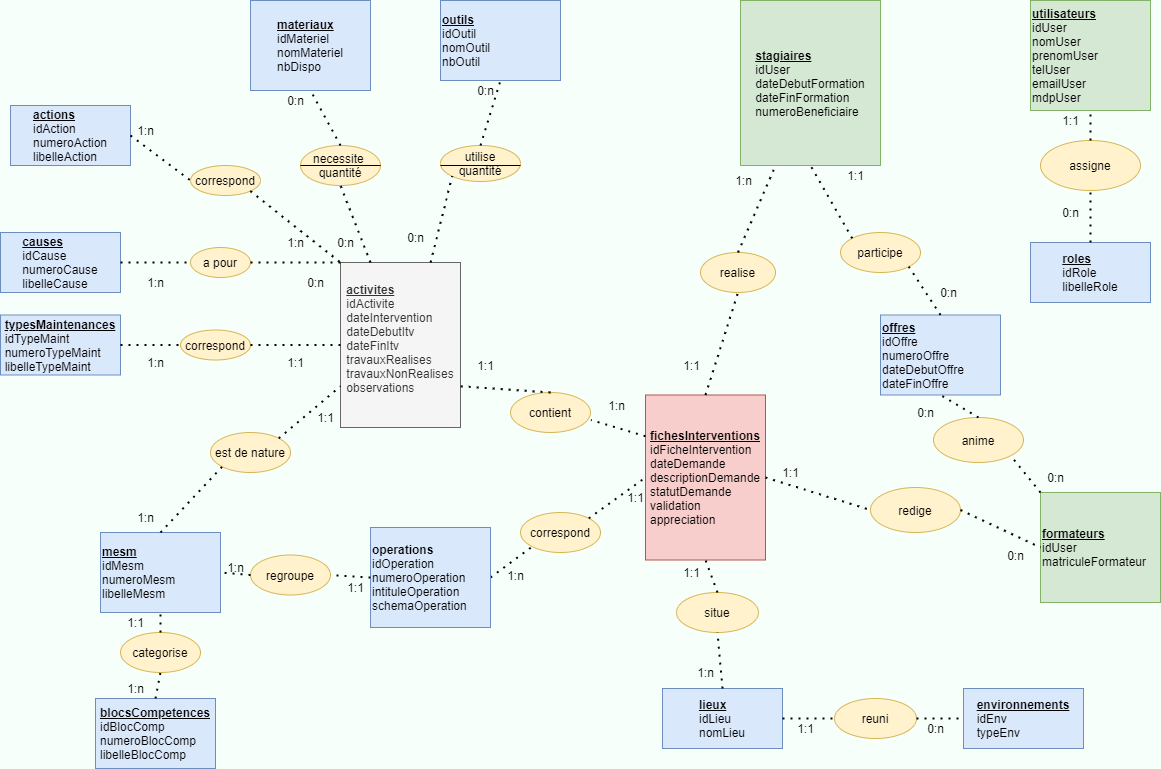
The draw.io diagram DOCS/mcd.png in tancraft/Stage, before a commit. Source tidied: cells renumbered, new cells last; positions are measured from the earlier drawing's top-left corner, leaving out a move shared by most shapes.
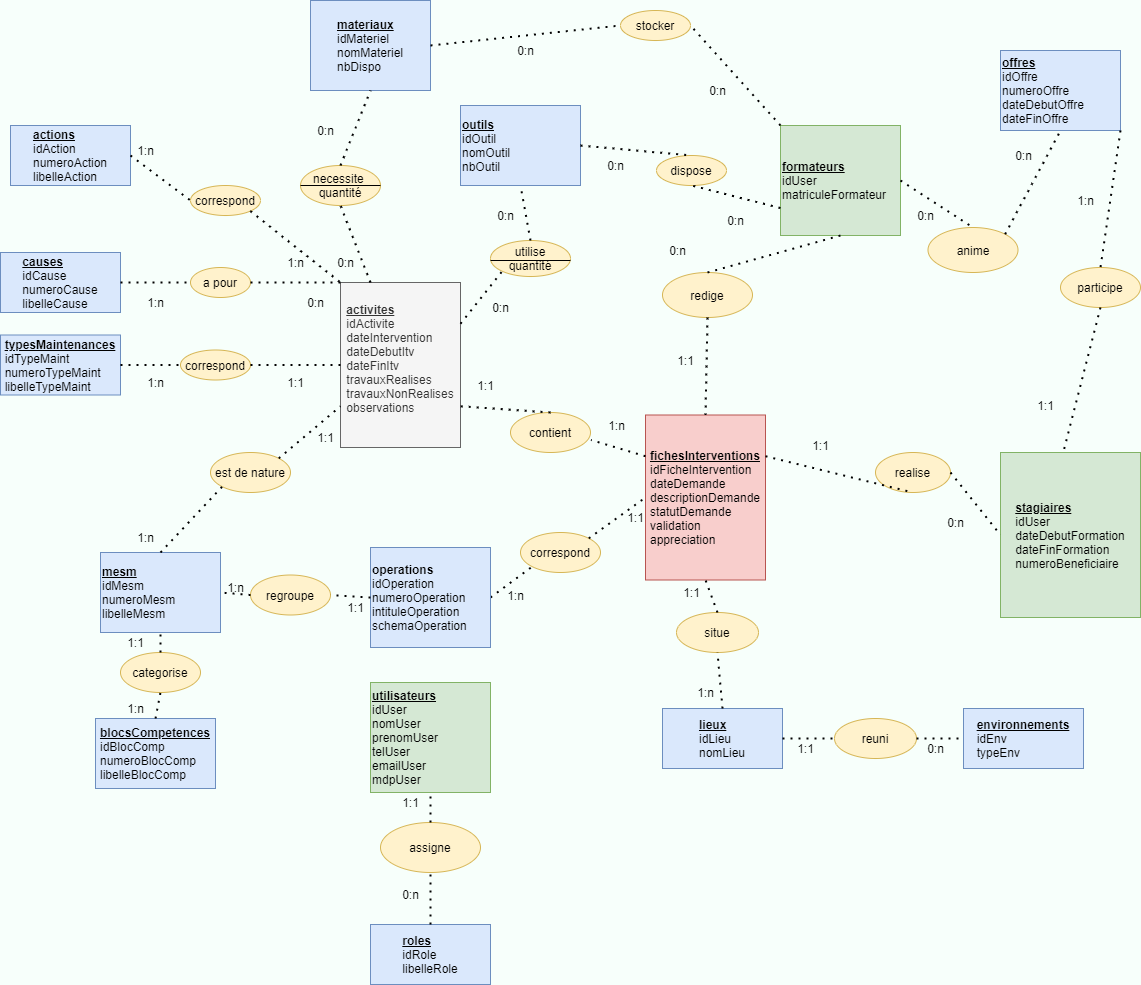
Above is the later version.

What changed in the source:
```diff
@@ -9,7 +9,7 @@
       <mxGeometry x="662" y="688" width="120" height="60" as="geometry" />
     </mxCell>
     <mxCell id="4" value="&lt;u style=&quot;font-weight: bold&quot;&gt;outils&lt;/u&gt;&lt;br&gt;idOutil&lt;br&gt;nomOutil&lt;br&gt;nbOutil" style="rounded=0;whiteSpace=wrap;html=1;align=left;fillColor=#dae8fc;strokeColor=#6c8ebf;" parent="1" vertex="1">
-      <mxGeometry x="440" width="120" height="80" as="geometry" />
+      <mxGeometry x="460" y="85" width="120" height="80" as="geometry" />
     </mxCell>
     <mxCell id="5" value="&lt;div style=&quot;text-align: left&quot;&gt;&lt;b&gt;&lt;u&gt;fichesInterventions&lt;/u&gt;&lt;/b&gt;&lt;/div&gt;&lt;div style=&quot;text-align: left&quot;&gt;&lt;span&gt;idFicheIntervention&lt;/span&gt;&lt;/div&gt;&lt;div style=&quot;text-align: left&quot;&gt;&lt;span&gt;dateDemande&lt;/span&gt;&lt;/div&gt;&lt;div style=&quot;text-align: left&quot;&gt;&lt;span&gt;descriptionDemande&lt;/span&gt;&lt;/div&gt;&lt;div style=&quot;text-align: left&quot;&gt;&lt;span&gt;statutDemande&lt;/span&gt;&lt;/div&gt;&lt;div style=&quot;text-align: left&quot;&gt;&lt;span&gt;validation&lt;/span&gt;&lt;/div&gt;&lt;div style=&quot;text-align: left&quot;&gt;&lt;span&gt;appreciation&lt;/span&gt;&lt;/div&gt;" style="rounded=0;whiteSpace=wrap;html=1;fillColor=#f8cecc;strokeColor=#b85450;" parent="1" vertex="1">
       <mxGeometry x="645" y="394.5" width="120" height="165" as="geometry" />
@@ -18,7 +18,7 @@
       <mxGeometry x="963" y="688" width="120" height="60" as="geometry" />
     </mxCell>
     <mxCell id="7" value="&lt;div style=&quot;text-align: left&quot;&gt;&lt;u style=&quot;font-weight: bold&quot;&gt;materiaux&lt;/u&gt;&lt;/div&gt;&lt;div style=&quot;text-align: left&quot;&gt;&lt;span&gt;idMateriel&lt;/span&gt;&lt;/div&gt;&lt;div style=&quot;text-align: left&quot;&gt;&lt;span&gt;nomMateriel&lt;/span&gt;&lt;/div&gt;&lt;div style=&quot;text-align: left&quot;&gt;&lt;span&gt;nbDispo&lt;/span&gt;&lt;/div&gt;" style="rounded=0;whiteSpace=wrap;html=1;fillColor=#dae8fc;strokeColor=#6c8ebf;" parent="1" vertex="1">
-      <mxGeometry x="250" width="120" height="90" as="geometry" />
+      <mxGeometry x="310" y="-20" width="120" height="90" as="geometry" />
     </mxCell>
     <mxCell id="8" value="&lt;div style=&quot;text-align: left&quot;&gt;&lt;b&gt;&lt;u&gt;blocsCompetences&lt;/u&gt;&lt;/b&gt;&lt;/div&gt;&lt;div style=&quot;text-align: left&quot;&gt;&lt;span&gt;idBlocComp&lt;/span&gt;&lt;/div&gt;&lt;div style=&quot;text-align: left&quot;&gt;&lt;span&gt;numeroBlocComp&lt;/span&gt;&lt;/div&gt;&lt;div style=&quot;text-align: left&quot;&gt;&lt;span&gt;libelleBlocComp&lt;/span&gt;&lt;/div&gt;" style="rounded=0;whiteSpace=wrap;html=1;fillColor=#dae8fc;strokeColor=#6c8ebf;" parent="1" vertex="1">
       <mxGeometry x="95" y="698" width="120" height="70" as="geometry" />
@@ -27,91 +27,82 @@
       <mxGeometry y="314.5" width="120" height="60" as="geometry" />
     </mxCell>
     <mxCell id="10" value="&lt;b&gt;&lt;u&gt;formateurs&lt;/u&gt;&lt;/b&gt;&lt;br&gt;idUser&lt;br&gt;matriculeFormateur" style="rounded=0;whiteSpace=wrap;html=1;align=left;fillColor=#d5e8d4;strokeColor=#82b366;" parent="1" vertex="1">
-      <mxGeometry x="1040" y="492" width="120" height="110" as="geometry" />
+      <mxGeometry x="780" y="105" width="120" height="110" as="geometry" />
     </mxCell>
     <mxCell id="11" value="&lt;b&gt;&lt;u&gt;offres&lt;/u&gt;&lt;/b&gt;&lt;br&gt;idOffre&lt;br&gt;numeroOffre&lt;br&gt;dateDebutOffre&lt;br&gt;dateFinOffre" style="rounded=0;whiteSpace=wrap;html=1;align=left;fillColor=#dae8fc;strokeColor=#6c8ebf;" parent="1" vertex="1">
-      <mxGeometry x="880" y="314.5" width="120" height="80" as="geometry" />
+      <mxGeometry x="1000" y="30" width="120" height="80" as="geometry" />
     </mxCell>
     <mxCell id="12" value="&lt;div style=&quot;text-align: left&quot;&gt;&lt;u style=&quot;font-weight: bold&quot;&gt;stagiaires&lt;/u&gt;&lt;/div&gt;&lt;div style=&quot;text-align: left&quot;&gt;&lt;span&gt;idUser&lt;/span&gt;&lt;/div&gt;&lt;div style=&quot;text-align: left&quot;&gt;&lt;span&gt;dateDebutFormation&lt;/span&gt;&lt;/div&gt;&lt;div style=&quot;text-align: left&quot;&gt;&lt;span&gt;dateFinFormation&lt;/span&gt;&lt;/div&gt;&lt;div style=&quot;text-align: left&quot;&gt;&lt;span&gt;numeroBeneficiaire&lt;/span&gt;&lt;/div&gt;" style="rounded=0;whiteSpace=wrap;html=1;fillColor=#d5e8d4;strokeColor=#82b366;" parent="1" vertex="1">
-      <mxGeometry x="740" width="140" height="165" as="geometry" />
+      <mxGeometry x="1000" y="432" width="140" height="165" as="geometry" />
     </mxCell>
     <mxCell id="13" value="anime" style="ellipse;whiteSpace=wrap;html=1;fillColor=#fff2cc;strokeColor=#d6b656;" parent="1" vertex="1">
-      <mxGeometry x="933" y="417" width="90" height="45" as="geometry" />
+      <mxGeometry x="927.5" y="207" width="90" height="45" as="geometry" />
     </mxCell>
     <mxCell id="14" value="participe" style="ellipse;whiteSpace=wrap;html=1;fillColor=#fff2cc;strokeColor=#d6b656;" parent="1" vertex="1">
-      <mxGeometry x="840" y="232" width="80" height="40" as="geometry" />
+      <mxGeometry x="1060" y="247" width="80" height="40" as="geometry" />
     </mxCell>
     <mxCell id="15" value="0:n" style="text;html=1;align=center;verticalAlign=middle;" parent="1" vertex="1">
-      <mxGeometry x="933" y="282" width="30" height="20" as="geometry" />
+      <mxGeometry x="940" y="492" width="30" height="20" as="geometry" />
     </mxCell>
     <mxCell id="16" value="1:1" style="text;html=1;align=center;verticalAlign=middle;" parent="1" vertex="1">
-      <mxGeometry x="840" y="165" width="30" height="20" as="geometry" />
+      <mxGeometry x="1030" y="374.5" width="30" height="20" as="geometry" />
     </mxCell>
     <mxCell id="17" value="0:n" style="text;html=1;align=center;verticalAlign=middle;" parent="1" vertex="1">
-      <mxGeometry x="910" y="402" width="30" height="20" as="geometry" />
+      <mxGeometry x="1008" y="125" width="30" height="20" as="geometry" />
     </mxCell>
     <mxCell id="18" value="0:n" style="text;html=1;align=center;verticalAlign=middle;" parent="1" vertex="1">
-      <mxGeometry x="1040" y="467" width="30" height="20" as="geometry" />
+      <mxGeometry x="910" y="185" width="30" height="20" as="geometry" />
     </mxCell>
     <mxCell id="19" value="redige" style="ellipse;whiteSpace=wrap;html=1;fillColor=#fff2cc;strokeColor=#d6b656;" parent="1" vertex="1">
-      <mxGeometry x="870" y="487" width="90" height="45" as="geometry" />
+      <mxGeometry x="662" y="252" width="90" height="45" as="geometry" />
     </mxCell>
     <mxCell id="20" value="0:n" style="text;html=1;align=center;verticalAlign=middle;" parent="1" vertex="1">
-      <mxGeometry x="1000" y="544.5" width="30" height="20" as="geometry" />
+      <mxGeometry x="662" y="220" width="30" height="20" as="geometry" />
     </mxCell>
     <mxCell id="21" value="1:1" style="text;html=1;align=center;verticalAlign=middle;" parent="1" vertex="1">
-      <mxGeometry x="775" y="462" width="30" height="20" as="geometry" />
+      <mxGeometry x="670" y="329.5" width="30" height="20" as="geometry" />
     </mxCell>
-    <mxCell id="22" style="endArrow=none;dashed=1;html=1;dashPattern=1 3;strokeWidth=2;entryX=1;entryY=1;entryDx=0;entryDy=0;exitX=0.5;exitY=0;exitDx=0;exitDy=0;" parent="1" edge="1" source="11" target="14">
+    <mxCell id="22" style="endArrow=none;dashed=1;html=1;dashPattern=1 3;strokeWidth=2;entryX=0.5;entryY=0;entryDx=0;entryDy=0;exitX=1;exitY=1;exitDx=0;exitDy=0;" parent="1" edge="1" source="11" target="14">
       <mxGeometry relative="1" as="geometry" />
     </mxCell>
-    <mxCell id="23" style="endArrow=none;dashed=1;html=1;dashPattern=1 3;strokeWidth=2;exitX=0;exitY=0;exitDx=0;exitDy=0;entryX=0.5;entryY=1;entryDx=0;entryDy=0;" parent="1" edge="1" source="14" target="12">
+    <mxCell id="23" style="endArrow=none;dashed=1;html=1;dashPattern=1 3;strokeWidth=2;exitX=0.5;exitY=1;exitDx=0;exitDy=0;entryX=0.45;entryY=-0.006;entryDx=0;entryDy=0;entryPerimeter=0;" parent="1" edge="1" source="14" target="12">
       <mxGeometry relative="1" as="geometry" />
     </mxCell>
-    <mxCell id="24" style="endArrow=none;dashed=1;html=1;dashPattern=1 3;strokeWidth=2;entryX=0.5;entryY=1;entryDx=0;entryDy=0;exitX=0.5;exitY=0;exitDx=0;exitDy=0;" parent="1" edge="1" source="13" target="11">
+    <mxCell id="24" style="endArrow=none;dashed=1;html=1;dashPattern=1 3;strokeWidth=2;entryX=0.5;entryY=1;entryDx=0;entryDy=0;exitX=1;exitY=0;exitDx=0;exitDy=0;" parent="1" edge="1" source="13" target="11">
       <mxGeometry relative="1" as="geometry" />
     </mxCell>
-    <mxCell id="25" style="endArrow=none;dashed=1;html=1;dashPattern=1 3;strokeWidth=2;exitX=0;exitY=0;exitDx=0;exitDy=0;entryX=1;entryY=1;entryDx=0;entryDy=0;" parent="1" edge="1" source="10" target="13">
-      <mxGeometry relative="1" as="geometry" />
-    </mxCell>
-    <mxCell id="26" style="endArrow=none;dashed=1;html=1;dashPattern=1 3;strokeWidth=2;entryX=0;entryY=0.5;entryDx=0;entryDy=0;exitX=1;exitY=0.5;exitDx=0;exitDy=0;" parent="1" edge="1" source="19" target="10">
-      <mxGeometry relative="1" as="geometry" />
-    </mxCell>
-    <mxCell id="27" style="endArrow=none;dashed=1;html=1;dashPattern=1 3;strokeWidth=2;entryX=0;entryY=0.5;entryDx=0;entryDy=0;exitX=1;exitY=0.5;exitDx=0;exitDy=0;" parent="1" edge="1" source="5" target="19">
-      <mxGeometry relative="1" as="geometry" />
-    </mxCell>
     <mxCell id="28" value="realise" style="ellipse;whiteSpace=wrap;html=1;fillColor=#fff2cc;strokeColor=#d6b656;" parent="1" vertex="1">
-      <mxGeometry x="700" y="252" width="75" height="40" as="geometry" />
+      <mxGeometry x="875" y="432" width="75" height="40" as="geometry" />
     </mxCell>
-    <mxCell id="29" style="endArrow=none;dashed=1;html=1;dashPattern=1 3;strokeWidth=2;entryX=0.5;entryY=1;entryDx=0;entryDy=0;exitX=0.5;exitY=0;exitDx=0;exitDy=0;" parent="1" edge="1" source="5" target="28">
+    <mxCell id="29" style="endArrow=none;dashed=1;html=1;dashPattern=1 3;strokeWidth=2;entryX=0.5;entryY=1;entryDx=0;entryDy=0;exitX=1;exitY=0.25;exitDx=0;exitDy=0;" parent="1" edge="1" source="5" target="28">
       <mxGeometry relative="1" as="geometry" />
     </mxCell>
-    <mxCell id="30" style="endArrow=none;dashed=1;html=1;dashPattern=1 3;strokeWidth=2;exitX=0.5;exitY=0;exitDx=0;exitDy=0;entryX=0.25;entryY=1;entryDx=0;entryDy=0;" parent="1" edge="1" source="28" target="12">
+    <mxCell id="30" style="endArrow=none;dashed=1;html=1;dashPattern=1 3;strokeWidth=2;entryX=0;entryY=0.5;entryDx=0;entryDy=0;exitX=1;exitY=0.5;exitDx=0;exitDy=0;" parent="1" edge="1" source="28" target="12">
       <mxGeometry relative="1" as="geometry" />
     </mxCell>
     <mxCell id="31" value="1:n" style="text;html=1;align=center;verticalAlign=middle;" parent="1" vertex="1">
-      <mxGeometry x="728" y="170" width="30" height="20" as="geometry" />
+      <mxGeometry x="1070" y="170" width="30" height="20" as="geometry" />
     </mxCell>
     <mxCell id="32" value="1:1" style="text;html=1;align=center;verticalAlign=middle;" parent="1" vertex="1">
-      <mxGeometry x="676" y="354.5" width="30" height="20" as="geometry" />
+      <mxGeometry x="805" y="414.5" width="30" height="20" as="geometry" />
     </mxCell>
     <mxCell id="33" value="utilise&lt;br&gt;quantité" style="ellipse;whiteSpace=wrap;html=1;fillColor=#fff2cc;strokeColor=#d6b656;" parent="1" vertex="1">
-      <mxGeometry x="440" y="145" width="80" height="36" as="geometry" />
+      <mxGeometry x="490" y="220" width="80" height="36" as="geometry" />
     </mxCell>
     <mxCell id="34" value="&lt;span&gt;necessite&amp;nbsp; quantité&lt;/span&gt;" style="ellipse;whiteSpace=wrap;html=1;fillColor=#fff2cc;strokeColor=#d6b656;" parent="1" vertex="1">
       <mxGeometry x="300" y="145" width="80" height="40" as="geometry" />
     </mxCell>
-    <mxCell id="35" style="endArrow=none;dashed=1;html=1;dashPattern=1 3;strokeWidth=2;entryX=0;entryY=1;entryDx=0;entryDy=0;exitX=0.75;exitY=0;exitDx=0;exitDy=0;" parent="1" edge="1" source="2" target="33">
+    <mxCell id="35" style="endArrow=none;dashed=1;html=1;dashPattern=1 3;strokeWidth=2;entryX=0;entryY=1;entryDx=0;entryDy=0;exitX=1;exitY=0.25;exitDx=0;exitDy=0;" parent="1" edge="1" source="2" target="33">
       <mxGeometry relative="1" as="geometry" />
     </mxCell>
     <mxCell id="36" style="endArrow=none;dashed=1;html=1;dashPattern=1 3;strokeWidth=2;exitX=0.5;exitY=0;exitDx=0;exitDy=0;entryX=0.5;entryY=1;entryDx=0;entryDy=0;" parent="1" edge="1" source="33" target="4">
       <mxGeometry relative="1" as="geometry" />
     </mxCell>
     <mxCell id="37" value="0:n" style="text;html=1;align=center;verticalAlign=middle;" parent="1" vertex="1">
-      <mxGeometry x="470" y="80" width="30" height="20" as="geometry" />
+      <mxGeometry x="490" y="185" width="30" height="20" as="geometry" />
     </mxCell>
     <mxCell id="38" value="0:n" style="text;html=1;align=center;verticalAlign=middle;" parent="1" vertex="1">
-      <mxGeometry x="400" y="227" width="30" height="20" as="geometry" />
+      <mxGeometry x="485" y="277" width="30" height="20" as="geometry" />
     </mxCell>
     <mxCell id="39" style="endArrow=none;dashed=1;html=1;dashPattern=1 3;strokeWidth=2;exitX=0.5;exitY=0;exitDx=0;exitDy=0;entryX=0.5;entryY=1;entryDx=0;entryDy=0;" parent="1" edge="1" source="34" target="7">
       <mxGeometry relative="1" as="geometry" />
@@ -123,7 +114,7 @@
       <mxGeometry x="330" y="232" width="30" height="20" as="geometry" />
     </mxCell>
     <mxCell id="42" value="0:n" style="text;html=1;align=center;verticalAlign=middle;" parent="1" vertex="1">
-      <mxGeometry x="280" y="90" width="30" height="20" as="geometry" />
+      <mxGeometry x="310" y="100" width="30" height="20" as="geometry" />
     </mxCell>
     <mxCell id="43" value="contient" style="ellipse;whiteSpace=wrap;html=1;fillColor=#fff2cc;strokeColor=#d6b656;" parent="1" vertex="1">
       <mxGeometry x="510" y="392" width="80" height="40" as="geometry" />
@@ -213,19 +204,19 @@
       <mxGeometry relative="1" as="geometry" />
     </mxCell>
     <mxCell id="72" value="&lt;b&gt;&lt;u&gt;utilisateurs&lt;/u&gt;&lt;/b&gt;&lt;br&gt;idUser&lt;br&gt;nomUser&lt;br&gt;prenomUser&lt;br&gt;telUser&lt;br&gt;emailUser&lt;br&gt;mdpUser" style="rounded=0;whiteSpace=wrap;html=1;align=left;fillColor=#d5e8d4;strokeColor=#82b366;" parent="1" vertex="1">
-      <mxGeometry x="1030" width="120" height="110" as="geometry" />
+      <mxGeometry x="370" y="662" width="120" height="110" as="geometry" />
     </mxCell>
     <mxCell id="73" value="&lt;div style=&quot;text-align: left&quot;&gt;&lt;b&gt;&lt;u&gt;roles&lt;/u&gt;&lt;/b&gt;&lt;/div&gt;&lt;div style=&quot;text-align: left&quot;&gt;&lt;span&gt;idRole&lt;/span&gt;&lt;/div&gt;&lt;div style=&quot;text-align: left&quot;&gt;&lt;span&gt;libelleRole&lt;/span&gt;&lt;/div&gt;" style="rounded=0;whiteSpace=wrap;html=1;fillColor=#dae8fc;strokeColor=#6c8ebf;" parent="1" vertex="1">
-      <mxGeometry x="1030" y="242" width="120" height="60" as="geometry" />
+      <mxGeometry x="370" y="904" width="120" height="60" as="geometry" />
     </mxCell>
     <mxCell id="74" value="assigne" style="ellipse;whiteSpace=wrap;html=1;fillColor=#fff2cc;strokeColor=#d6b656;" parent="1" vertex="1">
-      <mxGeometry x="1040" y="140" width="100" height="50" as="geometry" />
+      <mxGeometry x="380" y="802" width="100" height="50" as="geometry" />
     </mxCell>
     <mxCell id="75" value="1:1" style="text;html=1;align=center;verticalAlign=middle;" parent="1" vertex="1">
-      <mxGeometry x="1055" y="110" width="30" height="20" as="geometry" />
+      <mxGeometry x="395" y="772" width="30" height="20" as="geometry" />
     </mxCell>
     <mxCell id="76" value="0:n" style="text;html=1;align=center;verticalAlign=middle;" parent="1" vertex="1">
-      <mxGeometry x="1055" y="202" width="30" height="20" as="geometry" />
+      <mxGeometry x="395" y="864" width="30" height="20" as="geometry" />
     </mxCell>
     <mxCell id="77" style="endArrow=none;dashed=1;html=1;dashPattern=1 3;strokeWidth=2;exitX=0.5;exitY=0;exitDx=0;exitDy=0;entryX=0.5;entryY=1;entryDx=0;entryDy=0;" parent="1" edge="1" source="74" target="72">
       <mxGeometry relative="1" as="geometry" />
@@ -313,9 +304,48 @@
     </mxCell>
     <mxCell id="105" style="endArrow=none;html=1;entryX=1;entryY=0.5;entryDx=0;entryDy=0;exitX=0;exitY=0.5;exitDx=0;exitDy=0;" parent="1" edge="1">
       <mxGeometry relative="1" as="geometry">
-        <mxPoint x="440" y="165" as="sourcePoint" />
-        <mxPoint x="520" y="165" as="targetPoint" />
+        <mxPoint x="490" y="240" as="sourcePoint" />
+        <mxPoint x="570" y="240" as="targetPoint" />
       </mxGeometry>
     </mxCell>
+    <mxCell id="106" style="endArrow=none;dashed=1;html=1;dashPattern=1 3;strokeWidth=2;entryX=0.5;entryY=0;entryDx=0;entryDy=0;exitX=0.5;exitY=1;exitDx=0;exitDy=0;" parent="1" edge="1" source="19" target="5">
+      <mxGeometry relative="1" as="geometry" />
+    </mxCell>
+    <mxCell id="26" style="endArrow=none;dashed=1;html=1;dashPattern=1 3;strokeWidth=2;exitX=0.5;exitY=0;exitDx=0;exitDy=0;entryX=0.5;entryY=1;entryDx=0;entryDy=0;" parent="1" edge="1" source="19" target="10">
+      <mxGeometry relative="1" as="geometry" />
+    </mxCell>
+    <mxCell id="25" style="endArrow=none;dashed=1;html=1;dashPattern=1 3;strokeWidth=2;exitX=1;exitY=0.5;exitDx=0;exitDy=0;entryX=0.5;entryY=0;entryDx=0;entryDy=0;" parent="1" edge="1" source="10" target="13">
+      <mxGeometry relative="1" as="geometry" />
+    </mxCell>
+    <mxCell id="107" value="stocker" style="ellipse;whiteSpace=wrap;html=1;fillColor=#fff2cc;strokeColor=#d6b656;" parent="1" vertex="1">
+      <mxGeometry x="620" y="-10" width="70" height="30" as="geometry" />
+    </mxCell>
+    <mxCell id="108" value="dispose" style="ellipse;whiteSpace=wrap;html=1;fillColor=#fff2cc;strokeColor=#d6b656;" parent="1" vertex="1">
+      <mxGeometry x="656" y="135" width="70" height="30" as="geometry" />
+    </mxCell>
+    <mxCell id="109" style="endArrow=none;dashed=1;html=1;dashPattern=1 3;strokeWidth=2;exitX=0;exitY=0;exitDx=0;exitDy=0;entryX=1;entryY=0.5;entryDx=0;entryDy=0;" parent="1" edge="1" source="10" target="107">
+      <mxGeometry relative="1" as="geometry" />
+    </mxCell>
+    <mxCell id="110" style="endArrow=none;dashed=1;html=1;dashPattern=1 3;strokeWidth=2;exitX=1;exitY=0.5;exitDx=0;exitDy=0;entryX=0;entryY=0.5;entryDx=0;entryDy=0;" parent="1" edge="1" source="7" target="107">
+      <mxGeometry relative="1" as="geometry" />
+    </mxCell>
+    <mxCell id="111" style="endArrow=none;dashed=1;html=1;dashPattern=1 3;strokeWidth=2;exitX=1;exitY=0.5;exitDx=0;exitDy=0;entryX=0.5;entryY=0;entryDx=0;entryDy=0;" parent="1" edge="1" source="4" target="108">
+      <mxGeometry relative="1" as="geometry" />
+    </mxCell>
+    <mxCell id="112" style="endArrow=none;dashed=1;html=1;dashPattern=1 3;strokeWidth=2;entryX=0.5;entryY=1;entryDx=0;entryDy=0;exitX=0;exitY=0.75;exitDx=0;exitDy=0;" parent="1" edge="1" source="10" target="108">
+      <mxGeometry relative="1" as="geometry" />
+    </mxCell>
+    <mxCell id="113" value="0:n" style="text;html=1;align=center;verticalAlign=middle;" parent="1" vertex="1">
+      <mxGeometry x="510" y="20" width="30" height="20" as="geometry" />
+    </mxCell>
+    <mxCell id="114" value="0:n" style="text;html=1;align=center;verticalAlign=middle;" parent="1" vertex="1">
+      <mxGeometry x="702" y="60" width="30" height="20" as="geometry" />
+    </mxCell>
+    <mxCell id="115" value="0:n" style="text;html=1;align=center;verticalAlign=middle;" parent="1" vertex="1">
+      <mxGeometry x="600" y="135" width="30" height="20" as="geometry" />
+    </mxCell>
+    <mxCell id="116" value="0:n" style="text;html=1;align=center;verticalAlign=middle;" parent="1" vertex="1">
+      <mxGeometry x="720" y="190" width="30" height="20" as="geometry" />
+    </mxCell>
   </root>
 </mxGraphModel>
```
